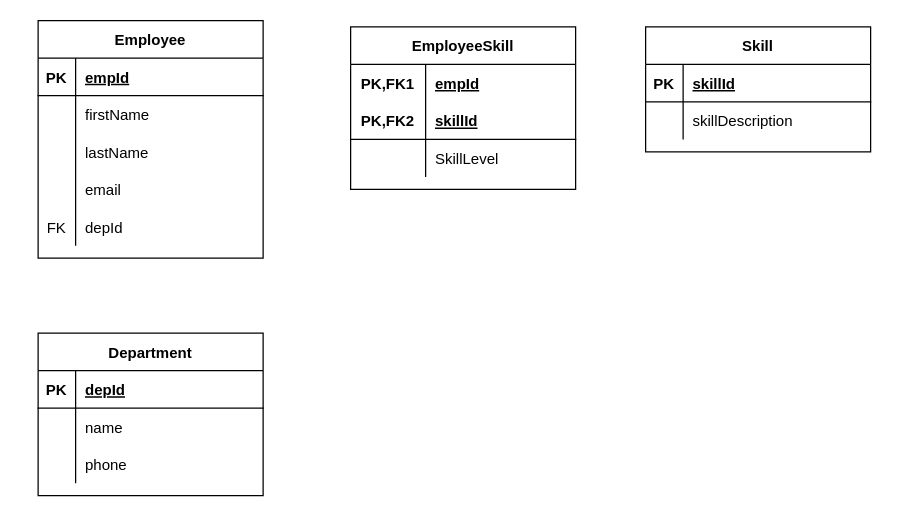
This is Untitled Diagram.drawio from Xicotrainer/leaning_classes, a draw.io file, before an edit. Source tidied: cells renumbered, new cells numbered last; positions are measured from the earlier drawing's top-left corner, leaving out a move shared by most shapes. Both pictures are drawn from the tidied source at 125%, with x=0, y=0 at pixel (38, 20).
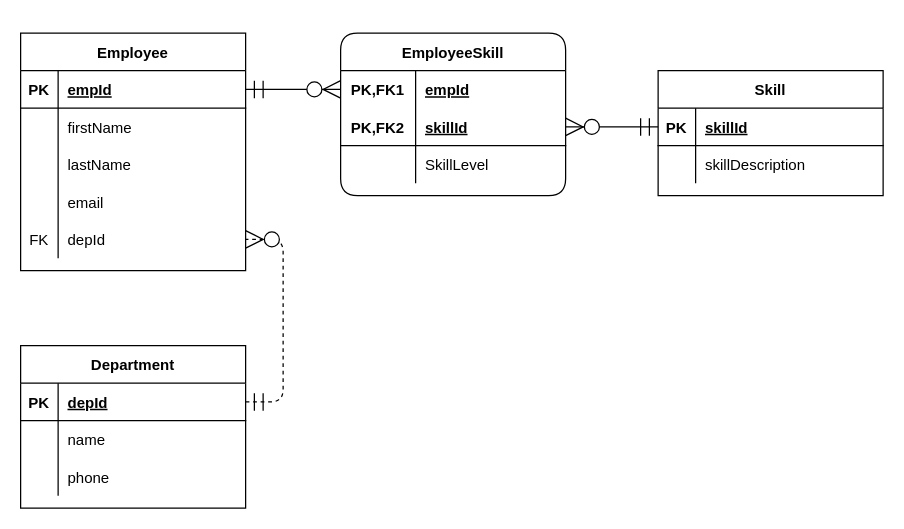
The same page after the edit.

The change refers to these unchanged cells:
```xml
<mxCell id="3" style="shape=partialRectangle;fillColor=none;top=0;left=0;bottom=1;right=0;points=[[0,0.5],[1,0.5]];portConstraint=eastwest;" parent="2" vertex="1">
  <mxGeometry y="30" width="180" height="30" as="geometry" />
</mxCell>
<mxCell id="13" style="shape=partialRectangle;fillColor=none;top=0;left=0;bottom=0;right=0;points=[[0,0.5],[1,0.5]];portConstraint=eastwest;" parent="12" vertex="1">
  <mxGeometry y="30" width="180" height="30" as="geometry" />
</mxCell>
<mxCell id="16" style="shape=partialRectangle;fillColor=none;top=0;left=0;bottom=1;right=0;points=[[0,0.5],[1,0.5]];portConstraint=eastwest;" parent="12" vertex="1">
  <mxGeometry y="60" width="180" height="30" as="geometry" />
</mxCell>
<mxCell id="23" style="shape=partialRectangle;fillColor=none;top=0;left=0;bottom=1;right=0;points=[[0,0.5],[1,0.5]];portConstraint=eastwest;" parent="22" vertex="1">
  <mxGeometry y="30" width="180" height="30" as="geometry" />
</mxCell>
<mxCell id="35" style="shape=partialRectangle;fillColor=none;top=0;left=0;bottom=0;right=0;points=[[0,0.5],[1,0.5]];portConstraint=eastwest;" parent="22" vertex="1">
  <mxGeometry y="150" width="180" height="30" as="geometry" />
</mxCell>
<mxCell id="39" style="shape=partialRectangle;fillColor=none;top=0;left=0;bottom=1;right=0;points=[[0,0.5],[1,0.5]];portConstraint=eastwest;" parent="38" vertex="1">
  <mxGeometry y="30" width="180" height="30" as="geometry" />
</mxCell>
```

What changed in the source:
```diff
@@
     <mxCell id="2" value="Department" style="shape=table;startSize=30;childLayout=tableLayout;rowLines=0;fontStyle=1;align=center;" parent="1" vertex="1">
-      <mxGeometry y="250" width="180" height="130" as="geometry" />
+      <mxGeometry x="-14" y="260" width="180" height="130" as="geometry" />
     </mxCell>
@@
-    <mxCell id="12" value="EmployeeSkill" style="shape=table;startSize=30;childLayout=tableLayout;rowLines=0;fontStyle=1;align=center;" parent="1" vertex="1">
-      <mxGeometry x="250" y="5" width="180" height="130" as="geometry" />
+    <mxCell id="12" value="EmployeeSkill" style="shape=table;startSize=30;childLayout=tableLayout;rowLines=0;fontStyle=1;align=center;rounded=1;" parent="1" vertex="1">
+      <mxGeometry x="242" y="10" width="180" height="130" as="geometry" />
     </mxCell>
@@
     <mxCell id="22" value="Employee" style="shape=table;startSize=30;childLayout=tableLayout;rowLines=0;fontStyle=1;align=center;" parent="1" vertex="1">
-      <mxGeometry width="180" height="190" as="geometry" />
+      <mxGeometry x="-14" y="10" width="180" height="190" as="geometry" />
     </mxCell>
@@
     <mxCell id="38" value="Skill" style="shape=table;startSize=30;childLayout=tableLayout;rowLines=0;fontStyle=1;align=center;" parent="1" vertex="1">
-      <mxGeometry x="486" y="5" width="180" height="100" as="geometry" />
+      <mxGeometry x="496" y="40" width="180" height="100" as="geometry" />
     </mxCell>
@@
+    <mxCell id="45" style="edgeStyle=entityRelationEdgeStyle;fontSize=12;html=1;endArrow=ERzeroToMany;startArrow=ERmandOne;endSize=12;startSize=12;exitX=1;exitY=0.5;exitDx=0;exitDy=0;entryX=1;entryY=0.5;entryDx=0;entryDy=0;endFill=1;dashed=1;" parent="1" edge="1" source="3" target="35">
+      <mxGeometry relative="1" as="geometry" />
+    </mxCell>
+    <mxCell id="46" style="edgeStyle=entityRelationEdgeStyle;fontSize=12;html=1;endArrow=ERzeroToMany;startArrow=ERmandOne;endSize=12;startSize=12;entryX=0;entryY=0.5;entryDx=0;entryDy=0;endFill=1;" parent="1" edge="1" source="23" target="13">
+      <mxGeometry relative="1" as="geometry" />
+    </mxCell>
+    <mxCell id="47" style="edgeStyle=entityRelationEdgeStyle;fontSize=12;html=1;endArrow=ERzeroToMany;startArrow=ERmandOne;endSize=12;startSize=12;endFill=1;exitX=0;exitY=0.5;exitDx=0;exitDy=0;" parent="1" edge="1" source="39" target="16">
+      <mxGeometry relative="1" as="geometry" />
+    </mxCell>
```
